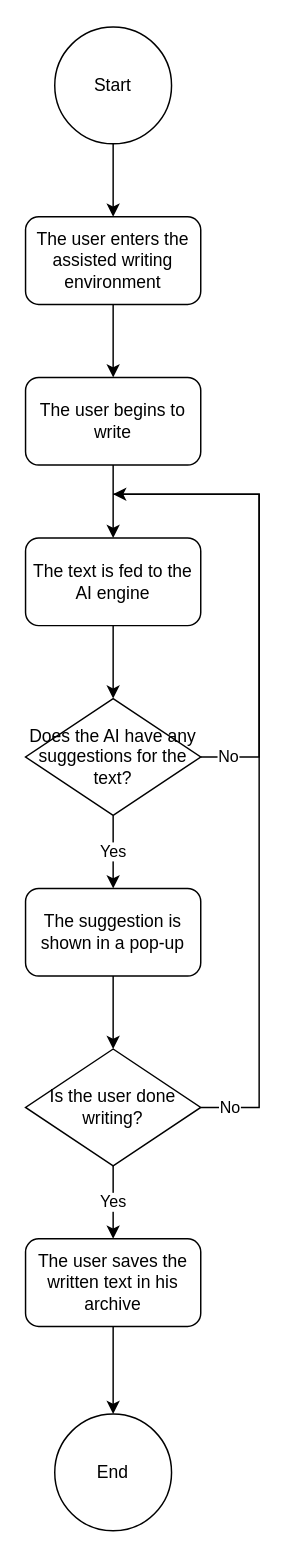
arsalanyavari/software-lab keeps this draw.io diagram as activities/activity-assisted writing.drawio. Above is the earlier version. Source tidied: cells renumbered, new cells numbered last; positions are measured from the earlier drawing's top-left corner, leaving out a move shared by most shapes. Both pictures are drawn from the tidied source at 146%, with x=0, y=0 at pixel (25, 26).
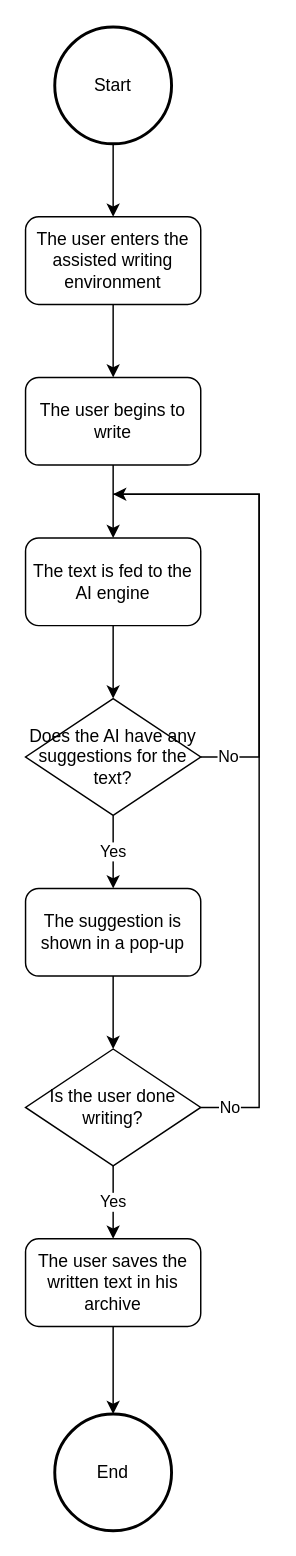
The same diagram, later.

Diff of the diagram source:
```diff
@@
-    <mxCell id="2" value="&lt;div&gt;End&lt;/div&gt;" style="ellipse;whiteSpace=wrap;html=1;" parent="1" vertex="1">
+    <mxCell id="2" value="&lt;div&gt;End&lt;/div&gt;" style="ellipse;whiteSpace=wrap;html=1;strokeWidth=2;" parent="1" vertex="1">
       <mxGeometry x="20" y="950" width="80" height="80" as="geometry" />
     </mxCell>
@@
-    <mxCell id="4" value="Start" style="ellipse;whiteSpace=wrap;html=1;" parent="1" vertex="1">
+    <mxCell id="4" value="Start" style="ellipse;whiteSpace=wrap;html=1;strokeWidth=2;" parent="1" vertex="1">
       <mxGeometry x="20" width="80" height="80" as="geometry" />
     </mxCell>
```
